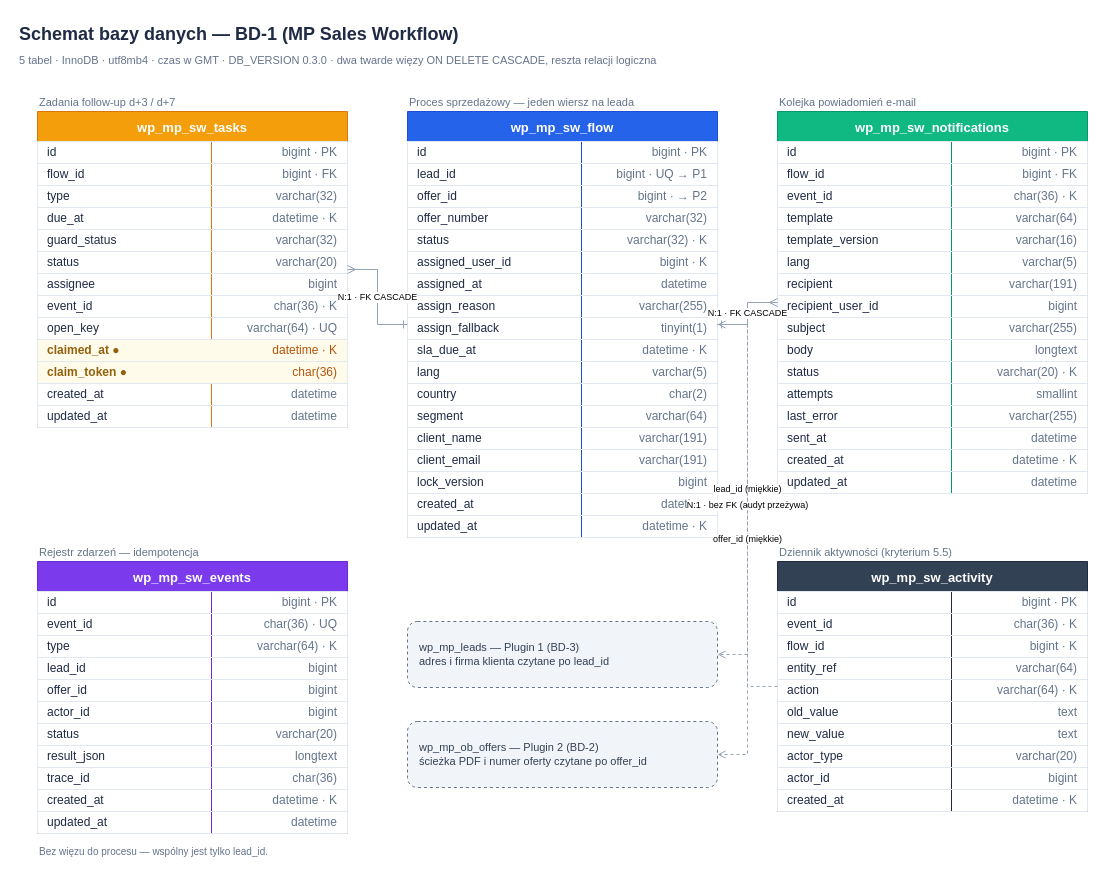
krzysiek2115op/egzamin-koncowy keeps this draw.io diagram as paczka-klienta/mp-sales-workflow/materialy/schemat-bazy-danych.drawio. Above is the earlier version. Source tidied: cells renumbered, new cells numbered last; positions are measured from the earlier drawing's top-left corner, leaving out a move shared by most shapes. Both pictures are drawn from the tidied source at 100%, with x=0, y=0 at pixel (17, 17).
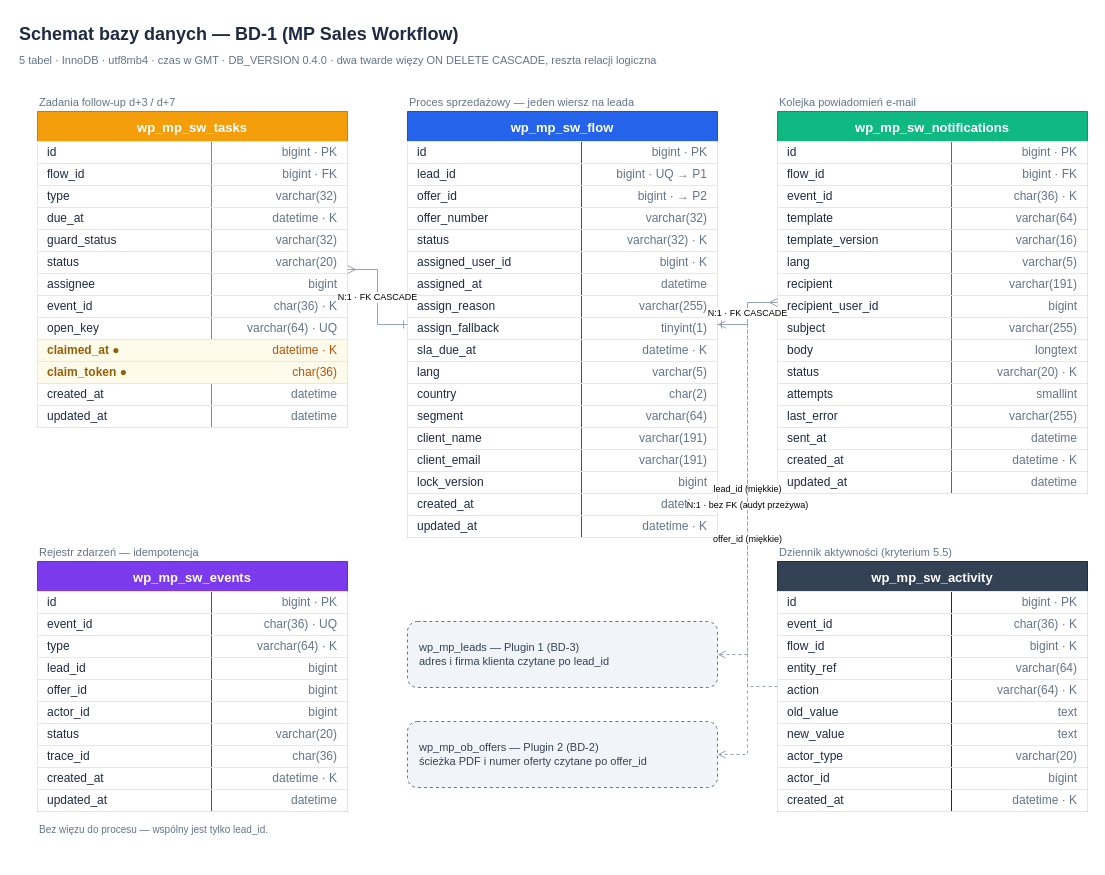
Above is the later version.

Unchanged cells that the change refers to:
```xml
<mxCell id="177" style="shape=tableRow;horizontal=0;startSize=0;swimlaneHead=0;swimlaneBody=0;fillColor=none;strokeColor=#e2e8f0;" parent="155" vertex="1">
  <mxGeometry y="184" width="310" height="22" as="geometry" />
</mxCell>
<mxCell id="180" style="shape=tableRow;horizontal=0;startSize=0;swimlaneHead=0;swimlaneBody=0;fillColor=none;strokeColor=#e2e8f0;" parent="155" vertex="1">
  <mxGeometry y="206" width="310" height="22" as="geometry" />
</mxCell>
<mxCell id="183" style="shape=tableRow;horizontal=0;startSize=0;swimlaneHead=0;swimlaneBody=0;fillColor=none;strokeColor=#e2e8f0;" parent="155" vertex="1">
  <mxGeometry y="228" width="310" height="22" as="geometry" />
</mxCell>
```

Diff of the diagram source:
```diff
@@
-    <mxCell id="3" value="5 tabel · InnoDB · utf8mb4 · czas w GMT · DB_VERSION 0.3.0 · dwa twarde więzy ON DELETE CASCADE, reszta relacji logiczna" style="text;html=1;fontSize=11;fontColor=#64748b;" parent="1" vertex="1">
+    <mxCell id="3" value="5 tabel · InnoDB · utf8mb4 · czas w GMT · DB_VERSION 0.4.0 · dwa twarde więzy ON DELETE CASCADE, reszta relacji logiczna" style="text;html=1;fontSize=11;fontColor=#64748b;" parent="1" vertex="1">
       <mxGeometry y="30" width="980" height="20" as="geometry" />
     </mxCell>
@@
     <mxCell id="6" value="Bez więzu do procesu — wspólny jest tylko lead_id." style="text;html=1;fontSize=10;fontColor=#64748b;align=left;" parent="1" vertex="1">
-      <mxGeometry x="20" y="822" width="330" height="18" as="geometry" />
+      <mxGeometry x="20" y="800" width="330" height="18" as="geometry" />
     </mxCell>
@@
     <mxCell id="155" value="wp_mp_sw_events" style="shape=table;startSize=30;childLayout=tableLayout;fillColor=#7c3aed;strokeColor=#6d28d9;fontColor=#ffffff;fontStyle=1;fontSize=13;" parent="1" vertex="1">
-      <mxGeometry x="20" y="544" width="310" height="272" as="geometry" />
+      <mxGeometry x="20" y="544" width="310" height="250" as="geometry" />
     </mxCell>
@@
-    <mxCell id="178" value="result_json" style="shape=partialRectangle;html=1;whiteSpace=wrap;fillColor=none;strokeColor=none;align=left;spacingLeft=8;fontColor=#1f2a44;" parent="177" vertex="1">
+    <mxCell id="178" value="trace_id" style="shape=partialRectangle;html=1;whiteSpace=wrap;fillColor=none;strokeColor=none;align=left;spacingLeft=8;fontColor=#1f2a44;" parent="177" vertex="1">
       <mxGeometry width="174" height="22" as="geometry" />
     </mxCell>
-    <mxCell id="179" value="longtext" style="shape=partialRectangle;html=1;whiteSpace=wrap;fillColor=none;strokeColor=none;align=right;spacingRight=8;fontColor=#64748b;" parent="177" vertex="1">
+    <mxCell id="179" value="char(36)" style="shape=partialRectangle;html=1;whiteSpace=wrap;fillColor=none;strokeColor=none;align=right;spacingRight=8;fontColor=#64748b;" parent="177" vertex="1">
       <mxGeometry x="174" width="136" height="22" as="geometry" />
     </mxCell>
@@
-    <mxCell id="181" value="trace_id" style="shape=partialRectangle;html=1;whiteSpace=wrap;fillColor=none;strokeColor=none;align=left;spacingLeft=8;fontColor=#1f2a44;" parent="180" vertex="1">
+    <mxCell id="181" value="created_at" style="shape=partialRectangle;html=1;whiteSpace=wrap;fillColor=none;strokeColor=none;align=left;spacingLeft=8;fontColor=#1f2a44;" parent="180" vertex="1">
       <mxGeometry width="174" height="22" as="geometry" />
     </mxCell>
-    <mxCell id="182" value="char(36)" style="shape=partialRectangle;html=1;whiteSpace=wrap;fillColor=none;strokeColor=none;align=right;spacingRight=8;fontColor=#64748b;" parent="180" vertex="1">
+    <mxCell id="182" value="datetime · K" style="shape=partialRectangle;html=1;whiteSpace=wrap;fillColor=none;strokeColor=none;align=right;spacingRight=8;fontColor=#64748b;" parent="180" vertex="1">
       <mxGeometry x="174" width="136" height="22" as="geometry" />
     </mxCell>
@@
-    <mxCell id="184" value="created_at" style="shape=partialRectangle;html=1;whiteSpace=wrap;fillColor=none;strokeColor=none;align=left;spacingLeft=8;fontColor=#1f2a44;" parent="183" vertex="1">
+    <mxCell id="184" value="updated_at" style="shape=partialRectangle;html=1;whiteSpace=wrap;fillColor=none;strokeColor=none;align=left;spacingLeft=8;fontColor=#1f2a44;" parent="183" vertex="1">
       <mxGeometry width="174" height="22" as="geometry" />
     </mxCell>
-    <mxCell id="185" value="datetime · K" style="shape=partialRectangle;html=1;whiteSpace=wrap;fillColor=none;strokeColor=none;align=right;spacingRight=8;fontColor=#64748b;" parent="183" vertex="1">
+    <mxCell id="185" value="datetime" style="shape=partialRectangle;html=1;whiteSpace=wrap;fillColor=none;strokeColor=none;align=right;spacingRight=8;fontColor=#64748b;" parent="183" vertex="1">
       <mxGeometry x="174" width="136" height="22" as="geometry" />
     </mxCell>
-    <mxCell id="186" style="shape=tableRow;horizontal=0;startSize=0;swimlaneHead=0;swimlaneBody=0;fillColor=none;strokeColor=#e2e8f0;" parent="155" vertex="1">
-      <mxGeometry y="250" width="310" height="22" as="geometry" />
-    </mxCell>
-    <mxCell id="187" value="updated_at" style="shape=partialRectangle;html=1;whiteSpace=wrap;fillColor=none;strokeColor=none;align=left;spacingLeft=8;fontColor=#1f2a44;" parent="186" vertex="1">
-      <mxGeometry width="174" height="22" as="geometry" />
-    </mxCell>
-    <mxCell id="188" value="datetime" style="shape=partialRectangle;html=1;whiteSpace=wrap;fillColor=none;strokeColor=none;align=right;spacingRight=8;fontColor=#64748b;" parent="186" vertex="1">
-      <mxGeometry x="174" width="136" height="22" as="geometry" />
-    </mxCell>
```
